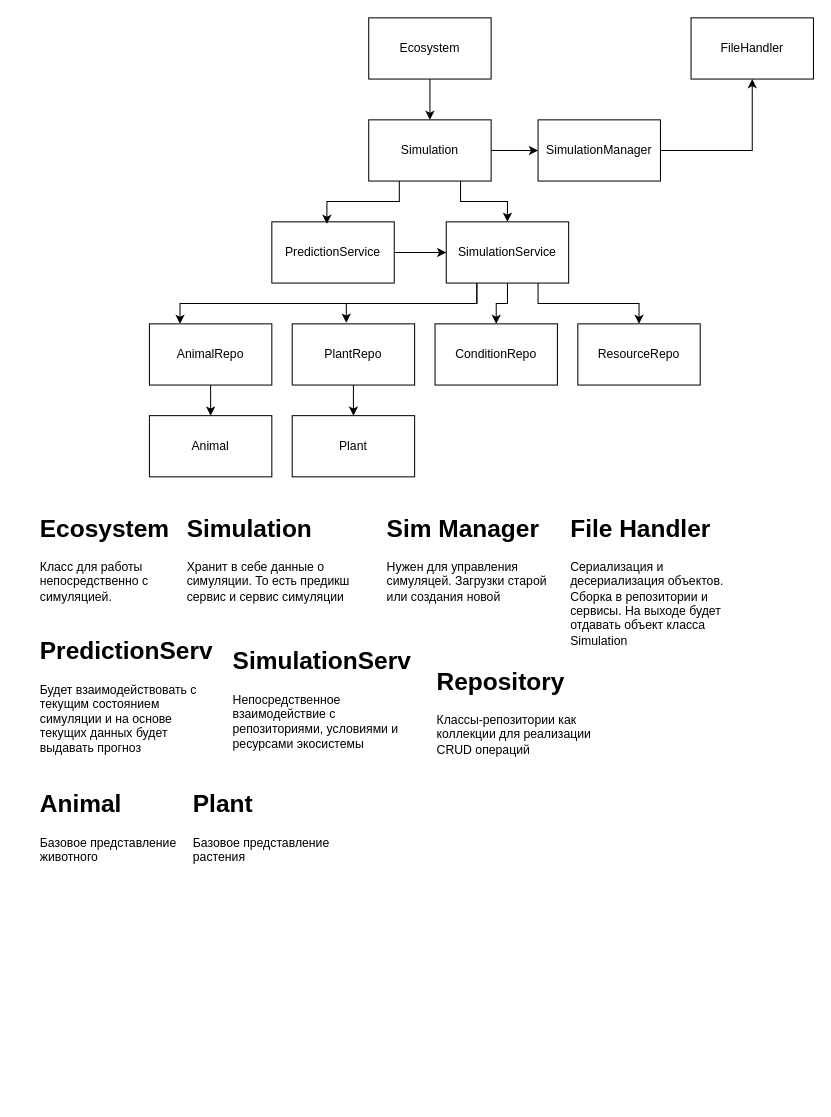
The draw.io diagram Project_Structure.drawio in Artoffs/SenlaEcosystem, before the edit. Source tidied: cells renumbered, new cells numbered last; positions are measured from the earlier drawing's top-left corner, leaving out a move shared by most shapes. Both pictures are drawn from the tidied source at 102%, with x=0, y=0 at pixel (38, 17).
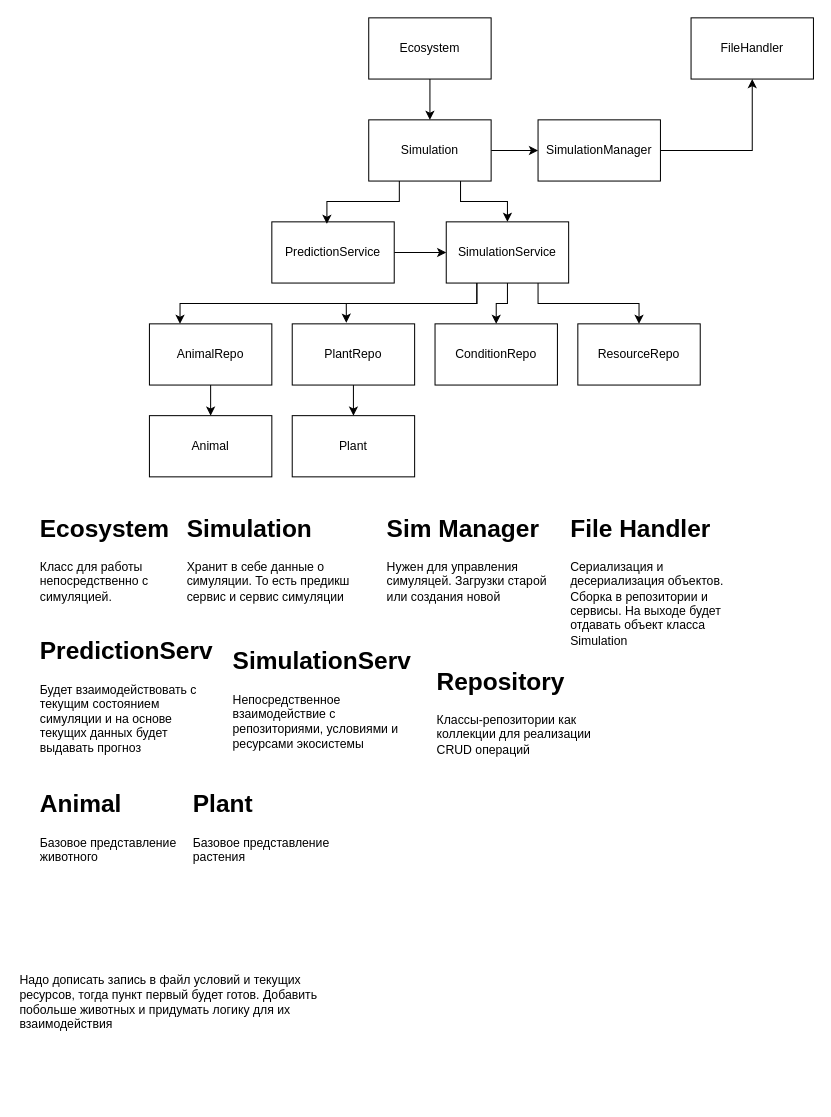
Above is the later version.

What changed in the source:
```diff
@@
+    <mxCell id="35" value="Надо дописать запись в файл условий и текущих ресурсов, тогда пункт первый будет готов. Добавить побольше животных и придумать логику для их взаимодействия" style="text;html=1;align=left;verticalAlign=top;whiteSpace=wrap;rounded=0;" parent="1" vertex="1">
+      <mxGeometry x="-20" y="930" width="320" height="130" as="geometry" />
+    </mxCell>
```
